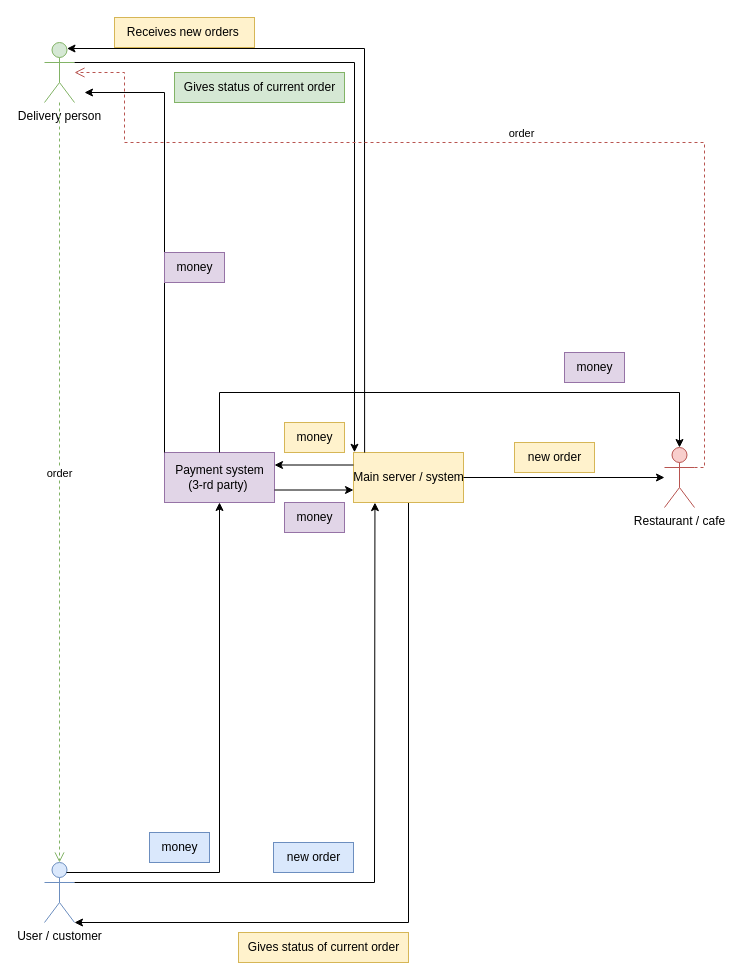
Above: dia1.drawio in Anton-beep/task33 (draw.io), before the change. Source tidied: cells renumbered, new cells numbered last; positions are measured from the earlier drawing's top-left corner, leaving out a move shared by most shapes. Both pictures are drawn from the tidied source at 100%, with x=0, y=0 at pixel (44, 17).
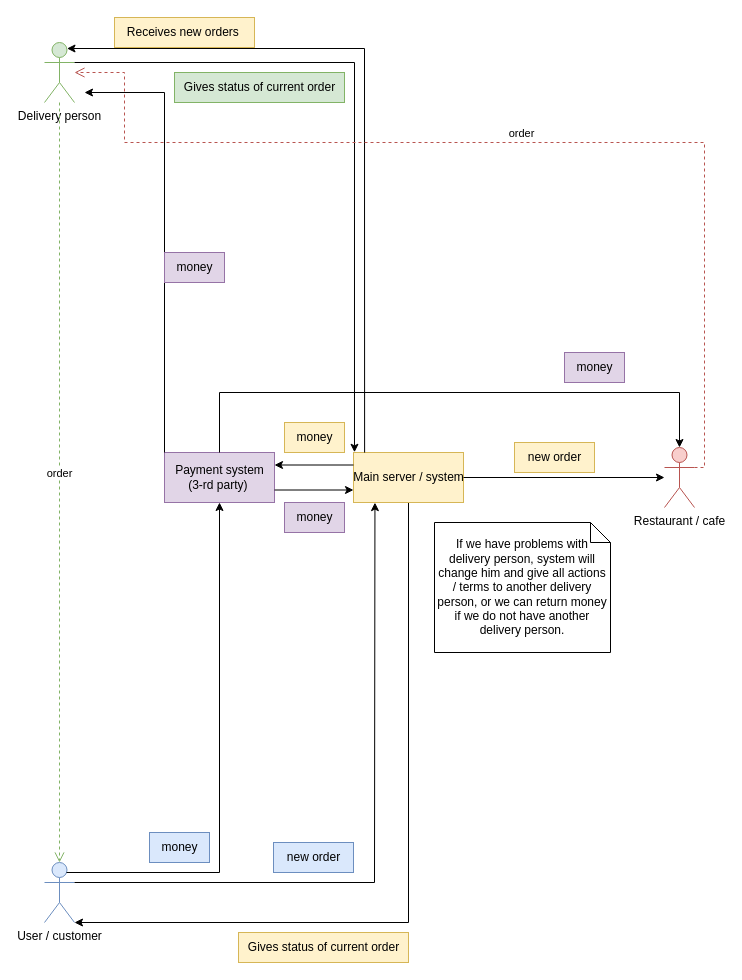
After the change.

Change to the diagram source:
```diff
@@
+    <mxCell id="29" value="If we have problems with delivery person, system will change him and give all actions / terms to another delivery person, or we can return money if we do not have another delivery person." style="shape=note;size=20;whiteSpace=wrap;html=1;" parent="1" vertex="1">
+      <mxGeometry x="390" y="505" width="176" height="130" as="geometry" />
+    </mxCell>
```
